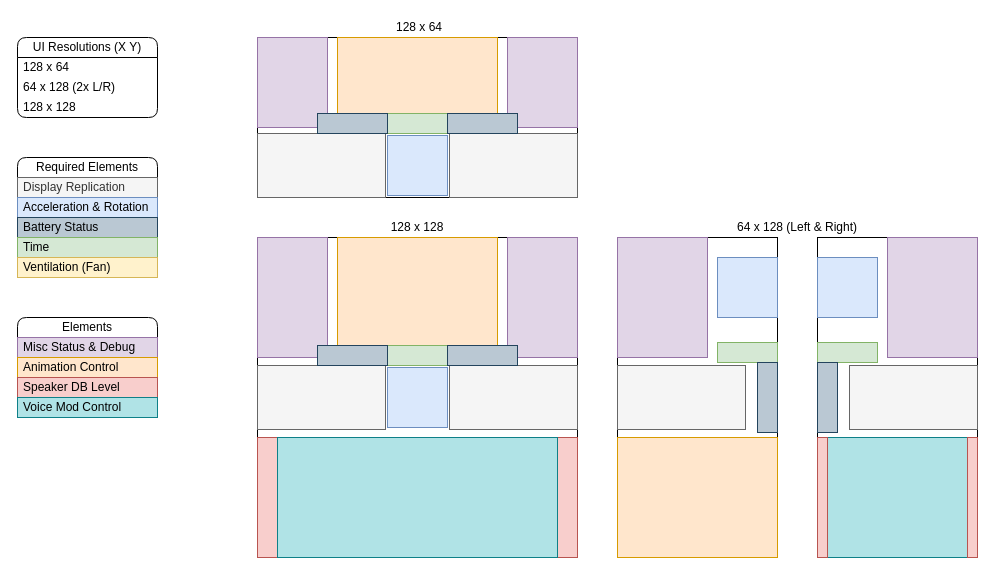
This is page "Standard UI" (4 of 5) of Documents/Condensed.drawio from Cyberspecies/Synth-Head, a draw.io file, before an edit. Source tidied: cells renumbered, new cells numbered last; positions are measured from the earlier drawing's top-left corner, leaving out a move shared by most shapes. Both pictures are drawn from the tidied source at 100%, with x=0, y=0 at pixel (17, 17).
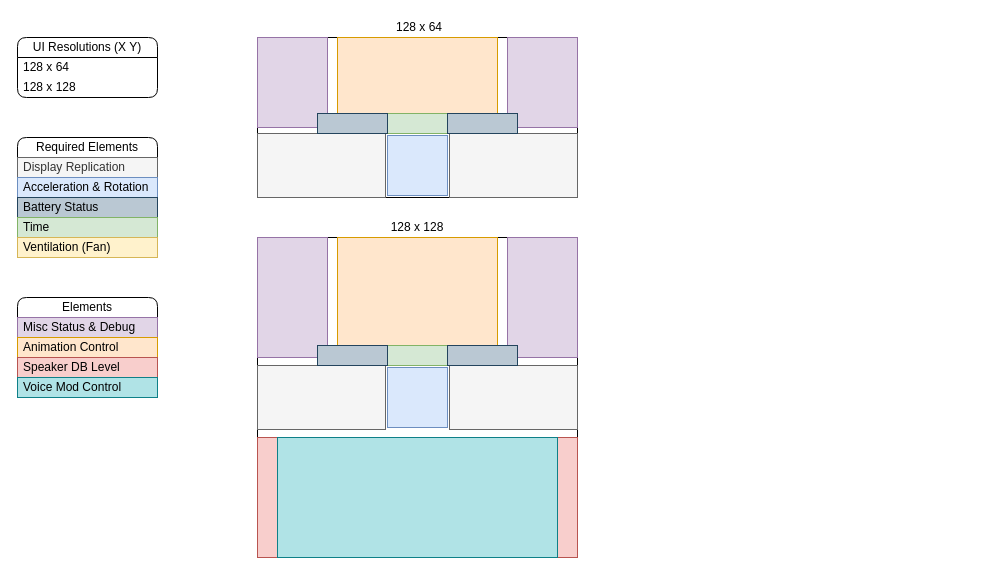
After the change.

Diff of the diagram source:
```diff
@@
     <mxCell id="2" value="UI Resolutions (X Y)" style="swimlane;fontStyle=0;horizontal=1;startSize=20;whiteSpace=wrap;html=1;rounded=1;" parent="1" vertex="1">
-      <mxGeometry y="20" width="140" height="80" as="geometry" />
+      <mxGeometry y="20" width="140" height="60" as="geometry" />
     </mxCell>
@@
-    <mxCell id="4" value="64 x 128 (2x L/R)" style="text;strokeColor=none;fillColor=none;align=left;verticalAlign=middle;spacingLeft=4;spacingRight=4;overflow=hidden;whiteSpace=wrap;html=1;" parent="2" vertex="1">
-      <mxGeometry y="40" width="140" height="20" as="geometry" />
-    </mxCell>
     <mxCell id="5" value="128 x 128" style="text;strokeColor=none;fillColor=none;align=left;verticalAlign=middle;spacingLeft=4;spacingRight=4;overflow=hidden;whiteSpace=wrap;html=1;" parent="2" vertex="1">
-      <mxGeometry y="60" width="140" height="20" as="geometry" />
+      <mxGeometry y="40" width="140" height="20" as="geometry" />
     </mxCell>
@@
-    <mxCell id="8" style="rounded=0;whiteSpace=wrap;html=1;" parent="1" vertex="1">
-      <mxGeometry x="600" y="220" width="160" height="320" as="geometry" />
-    </mxCell>
     <mxCell id="9" value="Elements" style="swimlane;fontStyle=0;horizontal=1;startSize=20;whiteSpace=wrap;html=1;rounded=1;" parent="1" vertex="1">
-      <mxGeometry y="300" width="140" height="100" as="geometry" />
+      <mxGeometry y="280" width="140" height="100" as="geometry" />
     </mxCell>
@@
-    <mxCell id="31" style="rounded=0;whiteSpace=wrap;html=1;" parent="1" vertex="1">
-      <mxGeometry x="800" y="220" width="160" height="320" as="geometry" />
-    </mxCell>
@@
-    <mxCell id="34" value="64 x 128 (Left &amp;amp; Right)" style="text;html=1;align=center;verticalAlign=middle;whiteSpace=wrap;rounded=0;" parent="1" vertex="1">
-      <mxGeometry x="710" y="200" width="140" height="20" as="geometry" />
-    </mxCell>
     <mxCell id="35" value="Required Elements" style="swimlane;fontStyle=0;horizontal=1;startSize=20;whiteSpace=wrap;html=1;rounded=1;" parent="1" vertex="1">
-      <mxGeometry y="140" width="140" height="120" as="geometry" />
+      <mxGeometry y="120" width="140" height="120" as="geometry" />
     </mxCell>
@@
-    <mxCell id="45" style="rounded=0;whiteSpace=wrap;html=1;fillColor=#f5f5f5;fontColor=#333333;strokeColor=#666666;" parent="1" vertex="1">
-      <mxGeometry x="600" y="348" width="128" height="64" as="geometry" />
-    </mxCell>
-    <mxCell id="46" style="rounded=0;whiteSpace=wrap;html=1;fillColor=#e1d5e7;strokeColor=#9673a6;" parent="1" vertex="1">
-      <mxGeometry x="600" y="220" width="90" height="120" as="geometry" />
-    </mxCell>
-    <mxCell id="47" style="rounded=0;whiteSpace=wrap;html=1;fillColor=#d5e8d4;strokeColor=#82b366;" parent="1" vertex="1">
-      <mxGeometry x="700" y="325" width="60" height="20" as="geometry" />
-    </mxCell>
-    <mxCell id="48" style="rounded=0;whiteSpace=wrap;html=1;fillColor=#d5e8d4;strokeColor=#82b366;" parent="1" vertex="1">
-      <mxGeometry x="800" y="325" width="60" height="20" as="geometry" />
-    </mxCell>
-    <mxCell id="49" style="rounded=0;whiteSpace=wrap;html=1;fillColor=#bac8d3;strokeColor=#23445d;direction=south;" parent="1" vertex="1">
-      <mxGeometry x="800" y="345" width="20" height="70" as="geometry" />
-    </mxCell>
-    <mxCell id="50" style="rounded=0;whiteSpace=wrap;html=1;fillColor=#f5f5f5;fontColor=#333333;strokeColor=#666666;" parent="1" vertex="1">
-      <mxGeometry x="832" y="348" width="128" height="64" as="geometry" />
-    </mxCell>
-    <mxCell id="51" style="rounded=0;whiteSpace=wrap;html=1;fillColor=#e1d5e7;strokeColor=#9673a6;" parent="1" vertex="1">
-      <mxGeometry x="870" y="220" width="90" height="120" as="geometry" />
-    </mxCell>
-    <mxCell id="52" style="rounded=0;whiteSpace=wrap;html=1;fillColor=#b0e3e6;strokeColor=#0e8088;" parent="1" vertex="1">
-      <mxGeometry x="810" y="420" width="140" height="120" as="geometry" />
-    </mxCell>
-    <mxCell id="53" style="rounded=0;whiteSpace=wrap;html=1;fillColor=#f8cecc;strokeColor=#b85450;" parent="1" vertex="1">
-      <mxGeometry x="950" y="420" width="10" height="120" as="geometry" />
-    </mxCell>
-    <mxCell id="54" style="rounded=0;whiteSpace=wrap;html=1;fillColor=#f8cecc;strokeColor=#b85450;" parent="1" vertex="1">
-      <mxGeometry x="800" y="420" width="10" height="120" as="geometry" />
-    </mxCell>
-    <mxCell id="55" style="rounded=0;whiteSpace=wrap;html=1;fillColor=#ffe6cc;strokeColor=#d79b00;" parent="1" vertex="1">
-      <mxGeometry x="600" y="420" width="160" height="120" as="geometry" />
-    </mxCell>
-    <mxCell id="56" style="rounded=0;whiteSpace=wrap;html=1;fillColor=#dae8fc;strokeColor=#6c8ebf;" parent="1" vertex="1">
-      <mxGeometry x="700" y="240" width="60" height="60" as="geometry" />
-    </mxCell>
-    <mxCell id="57" style="rounded=0;whiteSpace=wrap;html=1;fillColor=#bac8d3;strokeColor=#23445d;direction=south;" parent="1" vertex="1">
-      <mxGeometry x="740" y="345" width="20" height="70" as="geometry" />
-    </mxCell>
-    <mxCell id="58" style="rounded=0;whiteSpace=wrap;html=1;fillColor=#dae8fc;strokeColor=#6c8ebf;" parent="1" vertex="1">
-      <mxGeometry x="800" y="240" width="60" height="60" as="geometry" />
-    </mxCell>
```
